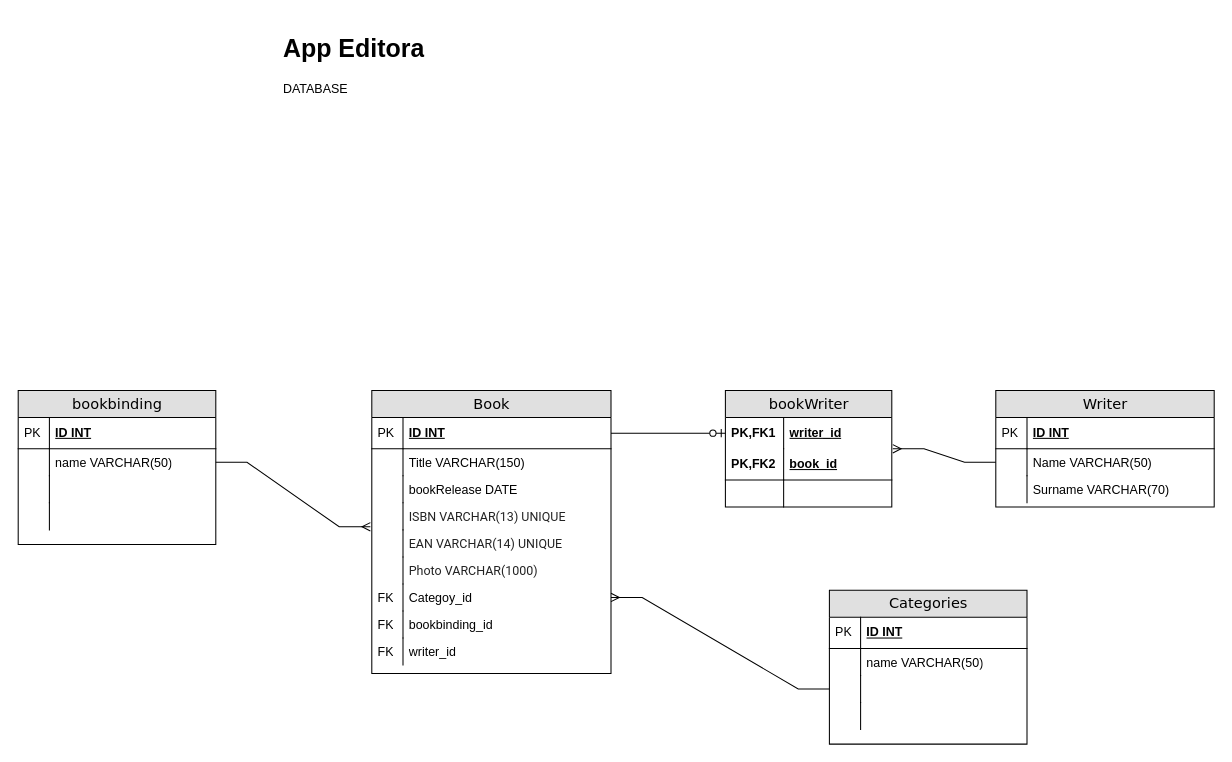
jonasnapoles/projectFinalDocs keeps this draw.io diagram as Untitled Diagram.drawio. Above is the earlier version. Source tidied: cells renumbered, new cells numbered last; positions are measured from the earlier drawing's top-left corner, leaving out a move shared by most shapes. Both pictures are drawn from the tidied source at 104%, with x=0, y=0 at pixel (18, 28).
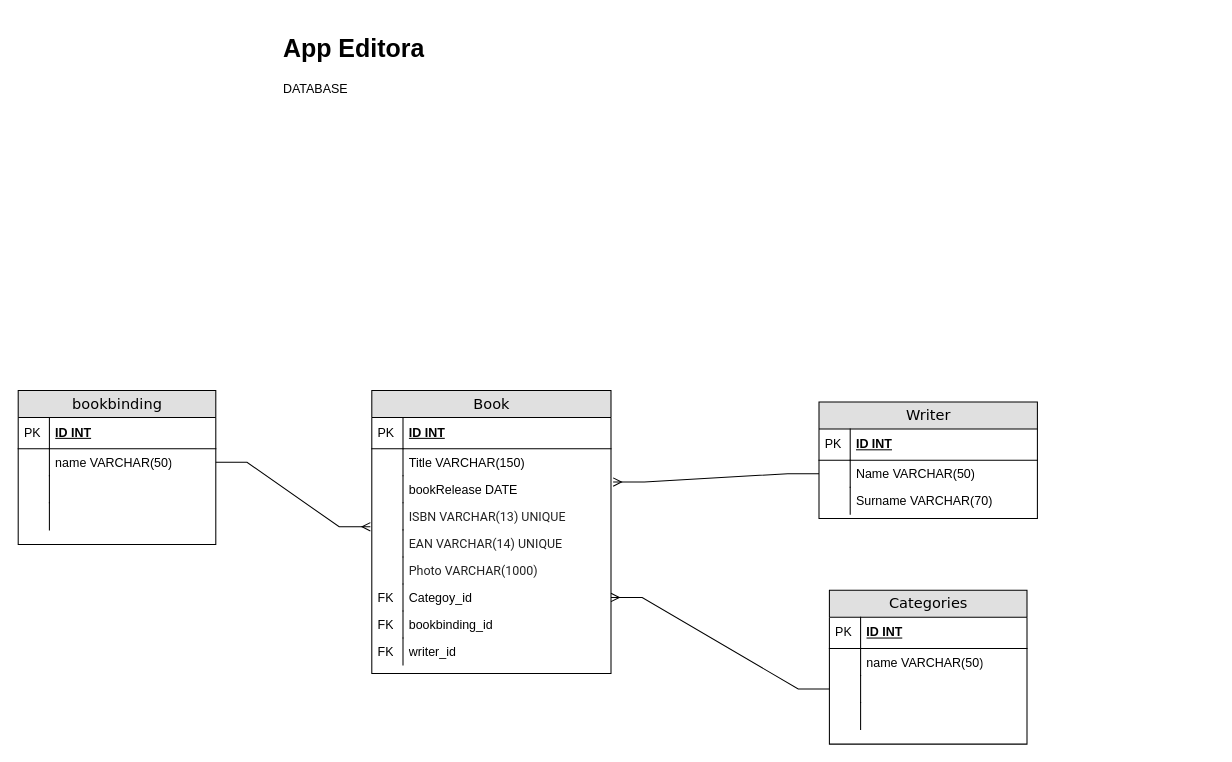
The same diagram, later.

Unchanged cells that the change refers to:
```xml
<mxCell id="12" value="Name VARCHAR(50)" style="shape=partialRectangle;top=0;left=0;right=0;bottom=0;html=1;align=left;verticalAlign=top;fillColor=none;spacingLeft=34;spacingRight=4;whiteSpace=wrap;overflow=hidden;points=[[0,0.5],[1,0.5]];portConstraint=eastwest;" parent="9" vertex="1">
  <mxGeometry y="56" width="210" height="26" as="geometry" />
</mxCell>
<mxCell id="21" value="bookRelease DATE&amp;nbsp;" style="shape=partialRectangle;top=0;left=0;right=0;bottom=0;html=1;align=left;verticalAlign=top;fillColor=none;spacingLeft=34;spacingRight=4;whiteSpace=wrap;overflow=hidden;points=[[0,0.5],[1,0.5]];portConstraint=eastwest;" parent="16" vertex="1">
  <mxGeometry y="82" width="230" height="26" as="geometry" />
</mxCell>
```

What changed in the source:
```diff
@@
-    <mxCell id="2" value="bookWriter" style="swimlane;html=1;fontStyle=0;horizontal=1;startSize=26;fillColor=#e0e0e0;swimlaneFillColor=#ffffff;align=center;rounded=0;shadow=0;comic=0;labelBackgroundColor=none;strokeWidth=1;fontFamily=Verdana;fontSize=14;" parent="1" vertex="1">
-      <mxGeometry x="680" y="348" width="160" height="112" as="geometry" />
-    </mxCell>
-    <mxCell id="3" value="writer_id" style="shape=partialRectangle;top=0;left=0;right=0;bottom=0;html=1;align=left;verticalAlign=middle;fillColor=none;spacingLeft=60;spacingRight=4;whiteSpace=wrap;overflow=hidden;points=[[0,0.5],[1,0.5]];portConstraint=eastwest;fontStyle=5;" parent="2" vertex="1">
-      <mxGeometry y="26" width="160" height="30" as="geometry" />
-    </mxCell>
-    <mxCell id="4" value="PK,FK1" style="shape=partialRectangle;fontStyle=1;top=0;left=0;bottom=0;html=1;fillColor=none;align=left;verticalAlign=middle;spacingLeft=4;spacingRight=4;whiteSpace=wrap;overflow=hidden;" parent="3" vertex="1">
-      <mxGeometry width="56" height="30" as="geometry" />
-    </mxCell>
-    <mxCell id="5" value="book_id" style="shape=partialRectangle;top=0;left=0;right=0;bottom=1;html=1;align=left;verticalAlign=middle;fillColor=none;spacingLeft=60;spacingRight=4;whiteSpace=wrap;overflow=hidden;points=[[0,0.5],[1,0.5]];portConstraint=eastwest;fontStyle=5;" parent="2" vertex="1">
-      <mxGeometry y="56" width="160" height="30" as="geometry" />
-    </mxCell>
-    <mxCell id="6" value="PK,FK2" style="shape=partialRectangle;fontStyle=1;top=0;left=0;bottom=0;html=1;fillColor=none;align=left;verticalAlign=middle;spacingLeft=4;spacingRight=4;whiteSpace=wrap;overflow=hidden;" parent="5" vertex="1">
-      <mxGeometry width="56" height="30" as="geometry" />
-    </mxCell>
-    <mxCell id="7" style="shape=partialRectangle;top=0;left=0;right=0;bottom=0;html=1;align=left;verticalAlign=top;fillColor=none;spacingLeft=60;spacingRight=4;whiteSpace=wrap;overflow=hidden;" parent="2" vertex="1">
-      <mxGeometry y="86" width="160" height="26" as="geometry" />
-    </mxCell>
-    <mxCell id="8" style="shape=partialRectangle;top=0;left=0;bottom=0;html=1;fillColor=none;align=left;verticalAlign=top;spacingLeft=4;spacingRight=4;whiteSpace=wrap;overflow=hidden;" parent="7" vertex="1">
-      <mxGeometry width="56" height="26" as="geometry" />
-    </mxCell>
     <mxCell id="9" value="Writer" style="swimlane;html=1;fontStyle=0;horizontal=1;startSize=26;fillColor=#e0e0e0;swimlaneFillColor=#ffffff;align=center;rounded=0;shadow=0;comic=0;labelBackgroundColor=none;strokeWidth=1;fontFamily=Verdana;fontSize=14;swimlaneLine=1;" parent="1" vertex="1">
-      <mxGeometry x="940" y="348" width="210" height="112" as="geometry" />
+      <mxGeometry x="770" y="359" width="210" height="112" as="geometry" />
     </mxCell>
@@
-    <mxCell id="35" style="edgeStyle=orthogonalEdgeStyle;html=1;endArrow=ERzeroToOne;endFill=1;labelBackgroundColor=none;fontFamily=Verdana;fontSize=14;entryX=0;entryY=0.5;" parent="1" edge="1" target="3">
-      <mxGeometry relative="1" as="geometry">
-        <mxPoint x="570" y="389" as="sourcePoint" />
-        <Array as="points">
-          <mxPoint x="630" y="389" />
-          <mxPoint x="630" y="389" />
-        </Array>
-      </mxGeometry>
-    </mxCell>
@@
-    <mxCell id="55" style="edgeStyle=entityRelationEdgeStyle;fontSize=12;html=1;endArrow=ERmany;rounded=0;entryX=1.006;entryY=0;entryDx=0;entryDy=0;entryPerimeter=0;" parent="1" edge="1" source="12" target="5">
+    <mxCell id="55" style="edgeStyle=entityRelationEdgeStyle;fontSize=12;html=1;endArrow=ERmany;rounded=0;entryX=1.009;entryY=0.231;entryDx=0;entryDy=0;entryPerimeter=0;" parent="1" edge="1" source="12" target="21">
       <mxGeometry relative="1" as="geometry" />
     </mxCell>
```
